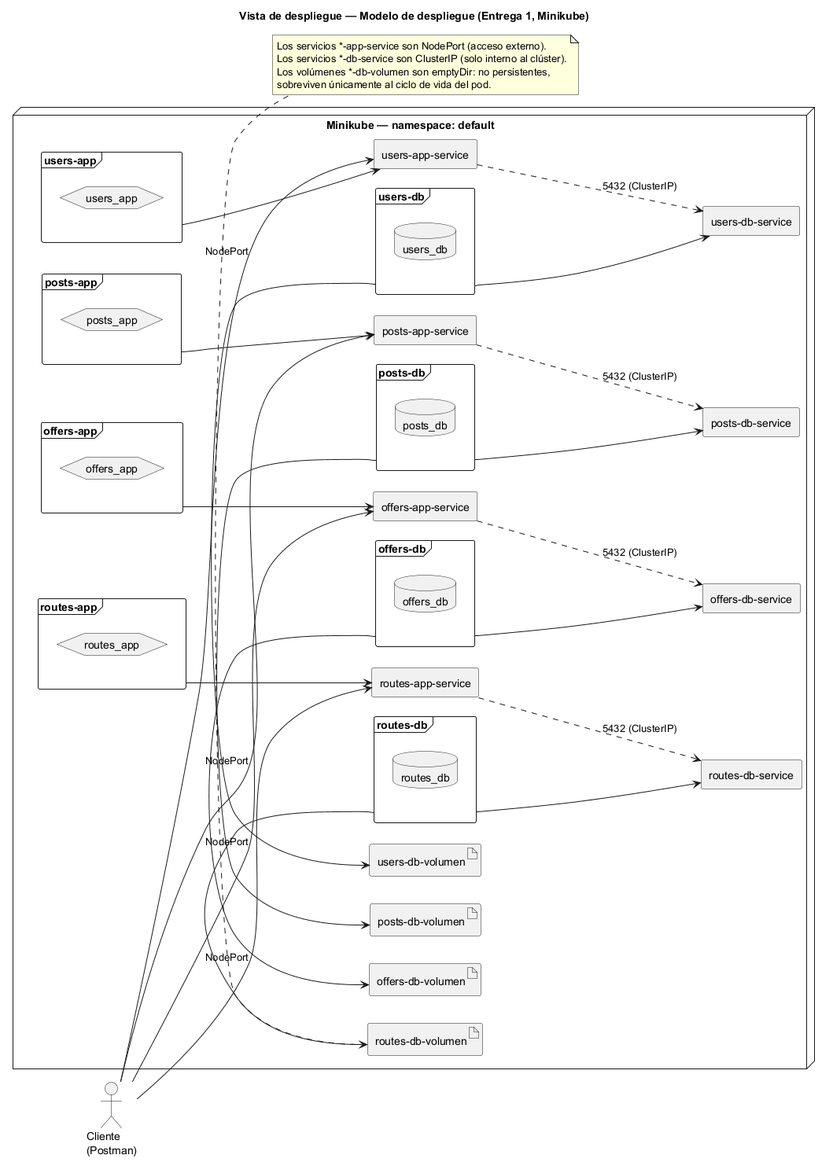
Above: docs/diagrams/deployment.png in mt-marceloctorres-net/202614-grupo24-proyecto (PlantUML), before the change. The source it was exported from:
```plantuml
@startuml deployment

title Vista de despliegue — Modelo de despliegue (Entrega 1, Minikube)
left to right direction
skinparam componentStyle rectangle

actor "Cliente\n(Postman)" as client

node "Minikube — namespace: default" {

  frame "users-app" as users_app_dep {
    hexagon "users_app" as users_app_img
  }
  component "users-app-service" as users_app_svc
  frame "users-db" as users_db_dep {
    database "users_db" as users_db_img
  }
  component "users-db-service" as users_db_svc
  artifact "users-db-volumen" as users_db_vol

  frame "posts-app" as posts_app_dep {
    hexagon "posts_app" as posts_app_img
  }
  component "posts-app-service" as posts_app_svc
  frame "posts-db" as posts_db_dep {
    database "posts_db" as posts_db_img
  }
  component "posts-db-service" as posts_db_svc
  artifact "posts-db-volumen" as posts_db_vol

  frame "offers-app" as offers_app_dep {
    hexagon "offers_app" as offers_app_img
  }
  component "offers-app-service" as offers_app_svc
  frame "offers-db" as offers_db_dep {
    database "offers_db" as offers_db_img
  }
  component "offers-db-service" as offers_db_svc
  artifact "offers-db-volumen" as offers_db_vol

  frame "routes-app" as routes_app_dep {
    hexagon "routes_app" as routes_app_img
  }
  component "routes-app-service" as routes_app_svc
  frame "routes-db" as routes_db_dep {
    database "routes_db" as routes_db_img
  }
  component "routes-db-service" as routes_db_svc
  artifact "routes-db-volumen" as routes_db_vol
}

client --> users_app_svc : NodePort
client --> posts_app_svc : NodePort
client --> offers_app_svc : NodePort
client --> routes_app_svc : NodePort

users_app_dep  -down-> users_app_svc
posts_app_dep  -down-> posts_app_svc
offers_app_dep -down-> offers_app_svc
routes_app_dep -down-> routes_app_svc

users_app_svc  ..> users_db_svc  : "5432 (ClusterIP)"
posts_app_svc  ..> posts_db_svc  : "5432 (ClusterIP)"
offers_app_svc ..> offers_db_svc : "5432 (ClusterIP)"
routes_app_svc ..> routes_db_svc : "5432 (ClusterIP)"

users_db_dep  -down-> users_db_svc
posts_db_dep  -down-> posts_db_svc
offers_db_dep -down-> offers_db_svc
routes_db_dep -down-> routes_db_svc

users_db_dep  -right-> users_db_vol
posts_db_dep  -right-> posts_db_vol
offers_db_dep -right-> offers_db_vol
routes_db_dep -right-> routes_db_vol

note bottom
  Los servicios *-app-service son NodePort (acceso externo).
  Los servicios *-db-service son ClusterIP (solo interno al clúster).
  Los volúmenes *-db-volumen son emptyDir: no persistentes,
  sobreviven únicamente al ciclo de vida del pod.
end note

@enduml
```
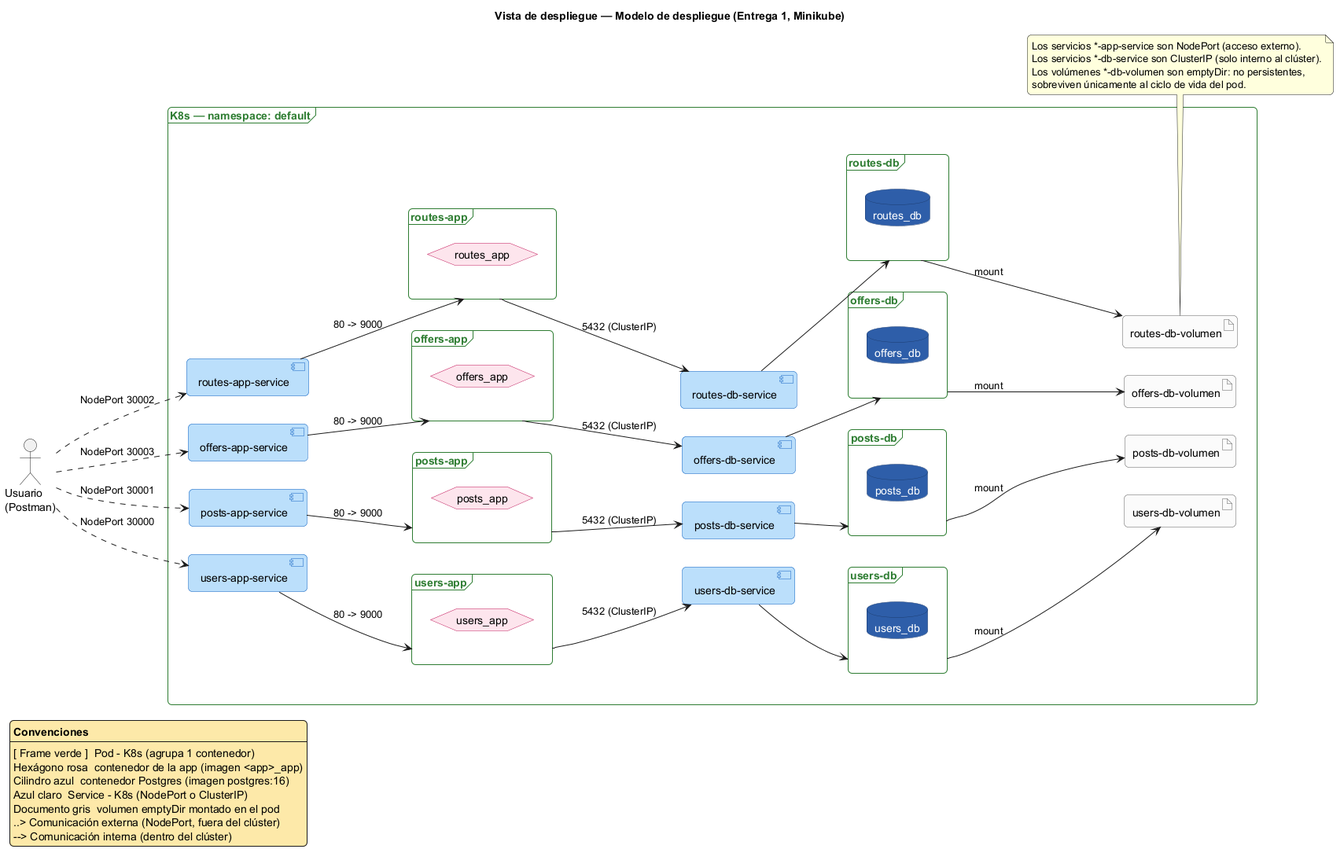
After the commit.

What changed in the source:
```diff
@@ -2,77 +2,129 @@
 
 title Vista de despliegue — Modelo de despliegue (Entrega 1, Minikube)
 left to right direction
-skinparam componentStyle rectangle
-
-actor "Cliente\n(Postman)" as client
-
-node "Minikube — namespace: default" {
-
-  frame "users-app" as users_app_dep {
-    hexagon "users_app" as users_app_img
-  }
-  component "users-app-service" as users_app_svc
-  frame "users-db" as users_db_dep {
-    database "users_db" as users_db_img
-  }
-  component "users-db-service" as users_db_svc
-  artifact "users-db-volumen" as users_db_vol
-
-  frame "posts-app" as posts_app_dep {
-    hexagon "posts_app" as posts_app_img
-  }
-  component "posts-app-service" as posts_app_svc
-  frame "posts-db" as posts_db_dep {
-    database "posts_db" as posts_db_img
-  }
-  component "posts-db-service" as posts_db_svc
-  artifact "posts-db-volumen" as posts_db_vol
-
-  frame "offers-app" as offers_app_dep {
-    hexagon "offers_app" as offers_app_img
-  }
-  component "offers-app-service" as offers_app_svc
-  frame "offers-db" as offers_db_dep {
-    database "offers_db" as offers_db_img
-  }
-  component "offers-db-service" as offers_db_svc
-  artifact "offers-db-volumen" as offers_db_vol
-
-  frame "routes-app" as routes_app_dep {
-    hexagon "routes_app" as routes_app_img
-  }
-  component "routes-app-service" as routes_app_svc
-  frame "routes-db" as routes_db_dep {
-    database "routes_db" as routes_db_img
-  }
-  component "routes-db-service" as routes_db_svc
-  artifact "routes-db-volumen" as routes_db_vol
+skinparam shadowing false
+skinparam backgroundColor white
+skinparam roundCorner 10
+skinparam ArrowColor #1B1B1B
+skinparam hexagon {
+  BackgroundColor #FCE4EC
+  BorderColor #C2185B
+}
+skinparam database {
+  BackgroundColor #2F5FA8
+  FontColor white
+  BorderColor #1B3B6F
+}
+skinparam component {
+  BackgroundColor #BBDEFB
+  BorderColor #1565C0
+}
+skinparam artifact {
+  BackgroundColor #FAFAFA
+  BorderColor #616161
+}
+skinparam frame {
+  BackgroundColor #FFFFFF
+  BorderColor #2E7D32
+  FontColor #2E7D32
+}
+skinparam legend {
+  BackgroundColor #FCE8A8
+  BorderColor #1B1B1B
 }
 
-client --> users_app_svc : NodePort
-client --> posts_app_svc : NodePort
-client --> offers_app_svc : NodePort
-client --> routes_app_svc : NodePort
+actor "Usuario\n(Postman)" as client
 
-users_app_dep  -down-> users_app_svc
-posts_app_dep  -down-> posts_app_svc
-offers_app_dep -down-> offers_app_svc
-routes_app_dep -down-> routes_app_svc
+frame "K8s — namespace: default" {
 
-users_app_svc  ..> users_db_svc  : "5432 (ClusterIP)"
-posts_app_svc  ..> posts_db_svc  : "5432 (ClusterIP)"
-offers_app_svc ..> offers_db_svc : "5432 (ClusterIP)"
-routes_app_svc ..> routes_db_svc : "5432 (ClusterIP)"
+  together {
+    component "users-app-service" as users_app_svc
+    component "posts-app-service" as posts_app_svc
+    component "offers-app-service" as offers_app_svc
+    component "routes-app-service" as routes_app_svc
+  }
 
-users_db_dep  -down-> users_db_svc
-posts_db_dep  -down-> posts_db_svc
-offers_db_dep -down-> offers_db_svc
-routes_db_dep -down-> routes_db_svc
+  together {
+    frame "users-app" as users_app_pod {
+      hexagon "users_app" as users_app_img
+    }
+    frame "posts-app" as posts_app_pod {
+      hexagon "posts_app" as posts_app_img
+    }
+    frame "offers-app" as offers_app_pod {
+      hexagon "offers_app" as offers_app_img
+    }
+    frame "routes-app" as routes_app_pod {
+      hexagon "routes_app" as routes_app_img
+    }
+  }
 
-users_db_dep  -right-> users_db_vol
-posts_db_dep  -right-> posts_db_vol
-offers_db_dep -right-> offers_db_vol
-routes_db_dep -right-> routes_db_vol
+  together {
+    component "users-db-service" as users_db_svc
+    component "posts-db-service" as posts_db_svc
+    component "offers-db-service" as offers_db_svc
+    component "routes-db-service" as routes_db_svc
+  }
+
+  together {
+    frame "users-db" as users_db_pod {
+      database "users_db" as users_db_img
+    }
+    frame "posts-db" as posts_db_pod {
+      database "posts_db" as posts_db_img
+    }
+    frame "offers-db" as offers_db_pod {
+      database "offers_db" as offers_db_img
+    }
+    frame "routes-db" as routes_db_pod {
+      database "routes_db" as routes_db_img
+    }
+  }
+
+  together {
+    artifact "users-db-volumen" as users_db_vol
+    artifact "posts-db-volumen" as posts_db_vol
+    artifact "offers-db-volumen" as offers_db_vol
+    artifact "routes-db-volumen" as routes_db_vol
+  }
+}
+
+client ..> users_app_svc : NodePort 30000
+client ..> posts_app_svc : NodePort 30001
+client ..> offers_app_svc : NodePort 30003
+client ..> routes_app_svc : NodePort 30002
+
+users_app_svc  --> users_app_pod  : "80 -> 9000"
+posts_app_svc  --> posts_app_pod  : "80 -> 9000"
+offers_app_svc --> offers_app_pod : "80 -> 9000"
+routes_app_svc --> routes_app_pod : "80 -> 9000"
+
+users_app_pod  --> users_db_svc  : "5432 (ClusterIP)"
+posts_app_pod  --> posts_db_svc  : "5432 (ClusterIP)"
+offers_app_pod --> offers_db_svc : "5432 (ClusterIP)"
+routes_app_pod --> routes_db_svc : "5432 (ClusterIP)"
+
+users_db_svc  --> users_db_pod
+posts_db_svc  --> posts_db_pod
+offers_db_svc --> offers_db_pod
+routes_db_svc --> routes_db_pod
+
+users_db_pod  --> users_db_vol  : mount
+posts_db_pod  --> posts_db_vol  : mount
+offers_db_pod --> offers_db_vol : mount
+routes_db_pod --> routes_db_vol : mount
+
+legend left
+  <b>Convenciones
+  ----
+  [ Frame verde ]  Pod - K8s (agrupa 1 contenedor)
+  Hexágono rosa  contenedor de la app (imagen <app>_app)
+  Cilindro azul  contenedor Postgres (imagen postgres:16)
+  Azul claro  Service - K8s (NodePort o ClusterIP)
+  Documento gris  volumen emptyDir montado en el pod
+  ..> Comunicación externa (NodePort, fuera del clúster)
+  --> Comunicación interna (dentro del clúster)
+endlegend
 
 note bottom
   Los servicios *-app-service son NodePort (acceso externo).
```
